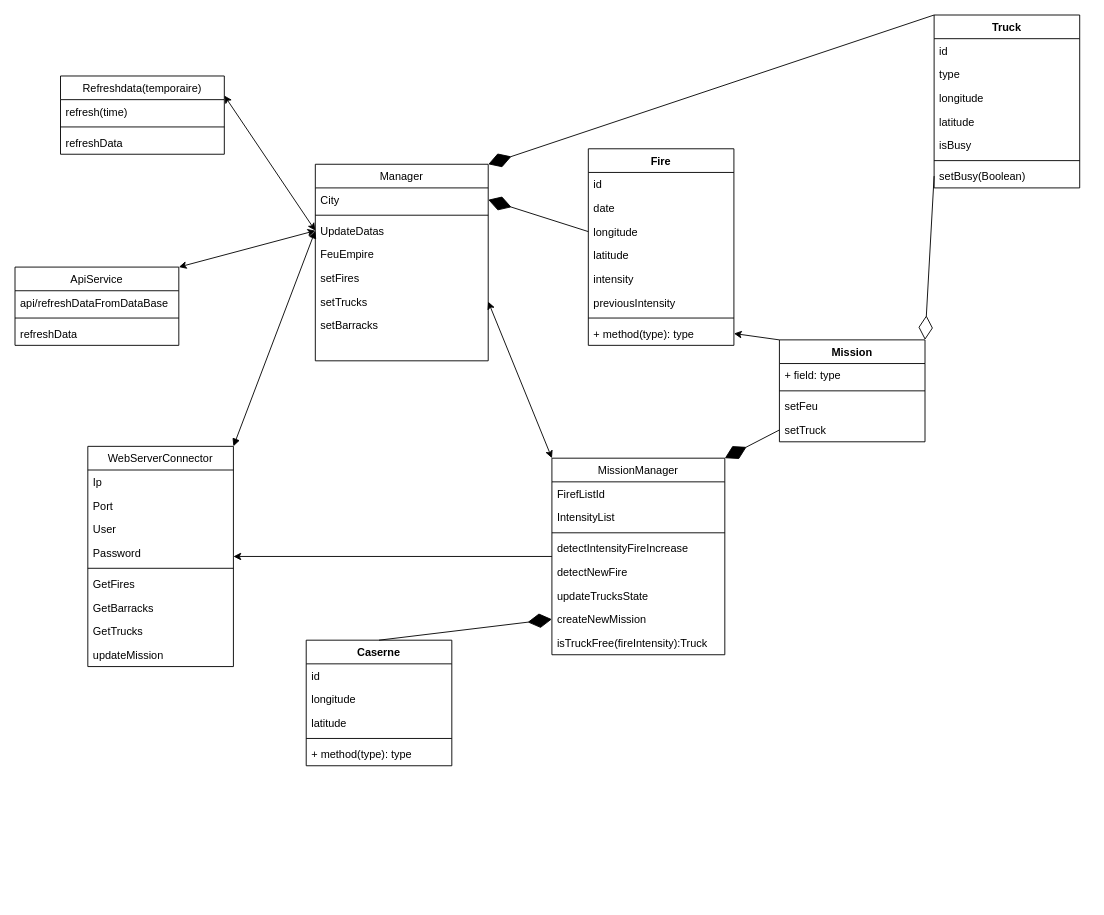
Above: UML/Diagramme de classe Emergency manager.drawio in Emile-Bergin/S7-ProjetScientifique (draw.io), before the change. Source tidied: cells renumbered, new cells numbered last; positions are measured from the earlier drawing's top-left corner, leaving out a move shared by most shapes. Both pictures are drawn from the tidied source at 91%, with x=0, y=0 at pixel (15, 15).
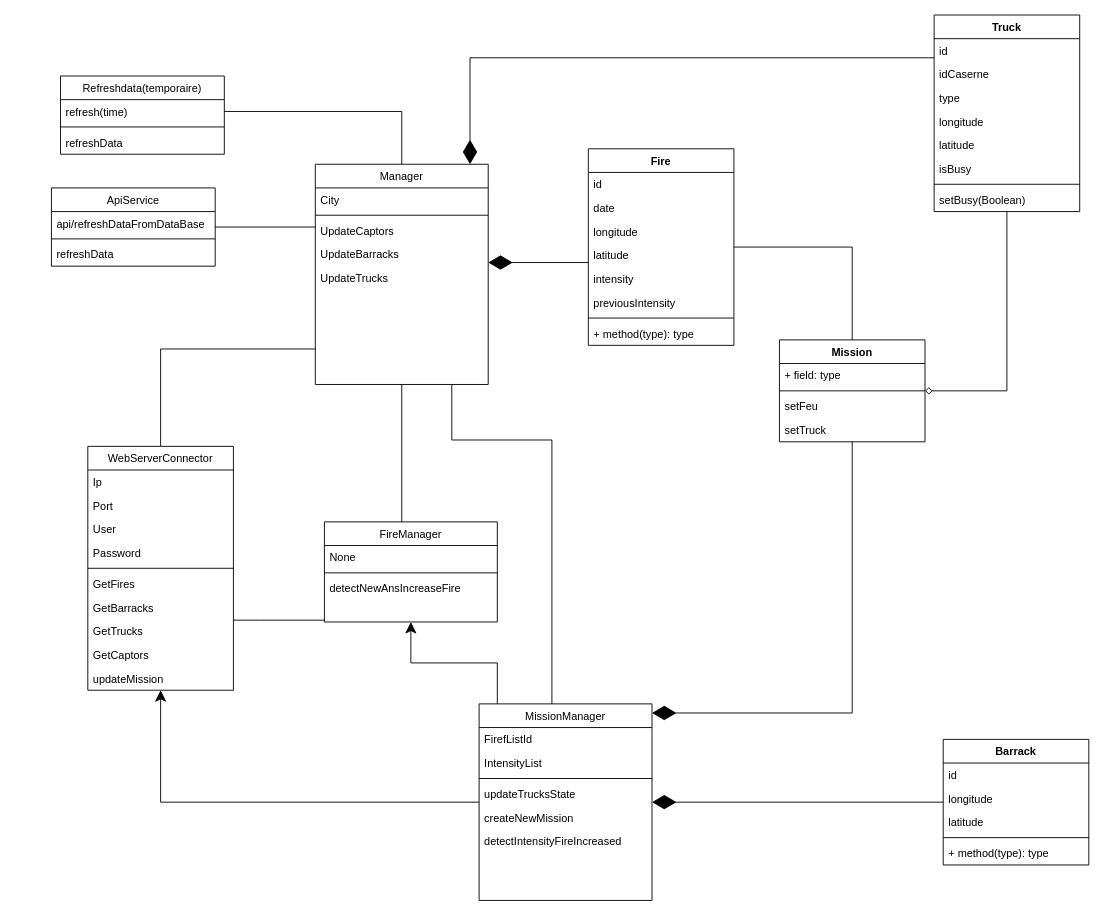
The same page after the edit.

Unchanged cells that the change refers to:
```xml
<mxCell id="17" value="City" style="text;align=left;verticalAlign=top;spacingLeft=4;spacingRight=4;overflow=hidden;points=[[0,0.5],[1,0.5]];portConstraint=eastwest;" parent="16" vertex="1">
  <mxGeometry y="26" width="190" height="26" as="geometry" />
</mxCell>
<mxCell id="32" value="Fire" style="swimlane;fontStyle=1;align=center;verticalAlign=top;horizontal=1;startSize=26;" parent="1" vertex="1">
  <mxGeometry x="630" y="147" width="160" height="216" as="geometry" />
</mxCell>
<mxCell id="35" value="longitude" style="text;strokeColor=none;fillColor=none;align=left;verticalAlign=top;spacingLeft=4;spacingRight=4;overflow=hidden;points=[[0,0.5],[1,0.5]];portConstraint=eastwest;" parent="32" vertex="1">
  <mxGeometry y="78" width="160" height="26" as="geometry" />
</mxCell>
<mxCell id="40" value="+ method(type): type" style="text;strokeColor=none;fillColor=none;align=left;verticalAlign=top;spacingLeft=4;spacingRight=4;overflow=hidden;points=[[0,0.5],[1,0.5]];portConstraint=eastwest;" parent="32" vertex="1">
  <mxGeometry y="190" width="160" height="26" as="geometry" />
</mxCell>
<mxCell id="49" value="Mission" style="swimlane;fontStyle=1;align=center;verticalAlign=top;horizontal=1;startSize=26;" parent="1" vertex="1">
  <mxGeometry x="840" y="357" width="160" height="112" as="geometry" />
</mxCell>
<mxCell id="53" value="setTruck" style="text;strokeColor=none;fillColor=none;align=left;verticalAlign=top;spacingLeft=4;spacingRight=4;overflow=hidden;points=[[0,0.5],[1,0.5]];portConstraint=eastwest;" parent="49" vertex="1">
  <mxGeometry y="86" width="160" height="26" as="geometry" />
</mxCell>
<mxCell id="57" value="Refreshdata(temporaire)" style="swimlane;fontStyle=0;align=center;verticalAlign=top;horizontal=1;startSize=26;rounded=0;shadow=0;strokeWidth=1;" parent="1" vertex="1">
  <mxGeometry x="50" y="67" width="180" height="86" as="geometry" />
</mxCell>
<mxCell id="58" value="refresh(time)" style="text;align=left;verticalAlign=top;spacingLeft=4;spacingRight=4;overflow=hidden;points=[[0,0.5],[1,0.5]];portConstraint=eastwest;" parent="57" vertex="1">
  <mxGeometry y="26" width="180" height="26" as="geometry" />
</mxCell>
```

Diff of the diagram source:
```diff
@@
+    <mxCell id="76" style="edgeStyle=orthogonalEdgeStyle;rounded=0;jettySize=auto;html=1;shadow=0;startArrow=none;startFill=0;endArrow=none;endFill=0;" parent="1" edge="1" source="2" target="16">
+      <mxGeometry relative="1" as="geometry">
+        <Array as="points">
+          <mxPoint x="160" y="367" />
+        </Array>
+      </mxGeometry>
+    </mxCell>
     <mxCell id="2" value="WebServerConnector" style="swimlane;fontStyle=0;align=center;verticalAlign=top;horizontal=1;startSize=26;rounded=0;shadow=0;strokeWidth=1;" parent="1" vertex="1">
-      <mxGeometry x="80" y="474" width="160" height="242" as="geometry" />
+      <mxGeometry x="80" y="474" width="160" height="268" as="geometry" />
     </mxCell>
@@
+    <mxCell id="77" value="GetCaptors" style="text;align=left;verticalAlign=top;spacingLeft=4;spacingRight=4;overflow=hidden;" parent="2" vertex="1">
+      <mxGeometry y="216" width="160" height="26" as="geometry" />
+    </mxCell>
     <mxCell id="11" value="updateMission" style="text;align=left;verticalAlign=top;spacingLeft=4;spacingRight=4;overflow=hidden;" parent="2" vertex="1">
-      <mxGeometry y="216" width="160" height="26" as="geometry" />
+      <mxGeometry y="242" width="160" height="26" as="geometry" />
     </mxCell>
+    <mxCell id="78" style="edgeStyle=orthogonalEdgeStyle;rounded=0;jettySize=auto;html=1;shadow=0;startArrow=none;startFill=0;endArrow=none;endFill=0;" parent="1" edge="1" source="12" target="16">
+      <mxGeometry relative="1" as="geometry">
+        <Array as="points">
+          <mxPoint x="300" y="233" />
+          <mxPoint x="300" y="233" />
+        </Array>
+      </mxGeometry>
+    </mxCell>
     <mxCell id="12" value="ApiService" style="swimlane;fontStyle=0;align=center;verticalAlign=top;horizontal=1;startSize=26;rounded=0;shadow=0;strokeWidth=1;" parent="1" vertex="1">
-      <mxGeometry y="277" width="180" height="86" as="geometry" />
+      <mxGeometry x="40" y="190" width="180" height="86" as="geometry" />
     </mxCell>
@@
     <mxCell id="16" value="Manager" style="swimlane;fontStyle=0;align=center;verticalAlign=top;horizontal=1;startSize=26;rounded=0;shadow=0;strokeWidth=1;" parent="1" vertex="1">
-      <mxGeometry x="330" y="164" width="190" height="216" as="geometry" />
+      <mxGeometry x="330" y="164" width="190" height="242" as="geometry" />
     </mxCell>
@@
-    <mxCell id="19" value="UpdateDatas" style="text;align=left;verticalAlign=top;spacingLeft=4;spacingRight=4;overflow=hidden;points=[[0,0.5],[1,0.5]];portConstraint=eastwest;" parent="16" vertex="1">
+    <mxCell id="19" value="UpdateCaptors" style="text;align=left;verticalAlign=top;spacingLeft=4;spacingRight=4;overflow=hidden;points=[[0,0.5],[1,0.5]];portConstraint=eastwest;" parent="16" vertex="1">
       <mxGeometry y="60" width="190" height="26" as="geometry" />
     </mxCell>
-    <mxCell id="20" value="FeuEmpire" style="text;align=left;verticalAlign=top;spacingLeft=4;spacingRight=4;overflow=hidden;" parent="16" vertex="1">
-      <mxGeometry y="86" width="190" height="26" as="geometry" />
-    </mxCell>
-    <mxCell id="21" value="setFires" style="text;align=left;verticalAlign=top;spacingLeft=4;spacingRight=4;overflow=hidden;" parent="16" vertex="1">
-      <mxGeometry y="112" width="190" height="26" as="geometry" />
-    </mxCell>
-    <mxCell id="22" value="setTrucks" style="text;align=left;verticalAlign=top;spacingLeft=4;spacingRight=4;overflow=hidden;" parent="16" vertex="1">
-      <mxGeometry y="138" width="190" height="26" as="geometry" />
-    </mxCell>
-    <mxCell id="23" value="setBarracks" style="text;align=left;verticalAlign=top;spacingLeft=4;spacingRight=4;overflow=hidden;" parent="16" vertex="1">
-      <mxGeometry y="164" width="190" height="26" as="geometry" />
-    </mxCell>
+    <mxCell id="79" value="UpdateBarracks" style="text;align=left;verticalAlign=top;spacingLeft=4;spacingRight=4;overflow=hidden;" parent="16" vertex="1">
+      <mxGeometry y="86" width="190" height="26" as="geometry" />
+    </mxCell>
+    <mxCell id="80" value="UpdateTrucks" style="text;align=left;verticalAlign=top;spacingLeft=4;spacingRight=4;overflow=hidden;" parent="16" vertex="1">
+      <mxGeometry y="112" width="190" height="26" as="geometry" />
+    </mxCell>
+    <mxCell id="42" style="edgeStyle=orthogonalEdgeStyle;rounded=0;jettySize=auto;html=1;shadow=0;startArrow=none;startFill=0;endArrow=diamondThin;endFill=1;endSize=24;" parent="1" edge="1" source="24" target="16">
+      <mxGeometry relative="1" as="geometry">
+        <Array as="points">
+          <mxPoint x="500" y="47" />
+        </Array>
+      </mxGeometry>
+    </mxCell>
     <mxCell id="24" value="Truck" style="swimlane;fontStyle=1;align=center;verticalAlign=top;horizontal=1;startSize=26;" parent="1" vertex="1">
-      <mxGeometry x="1010" width="160" height="190" as="geometry" />
+      <mxGeometry x="1010" width="160" height="216" as="geometry" />
     </mxCell>
@@
+    <mxCell id="81" value="idCaserne" style="text;strokeColor=none;fillColor=none;align=left;verticalAlign=top;spacingLeft=4;spacingRight=4;overflow=hidden;" parent="24" vertex="1">
+      <mxGeometry y="52" width="160" height="26" as="geometry" />
+    </mxCell>
     <mxCell id="26" value="type" style="text;strokeColor=none;fillColor=none;align=left;verticalAlign=top;spacingLeft=4;spacingRight=4;overflow=hidden;" parent="24" vertex="1">
-      <mxGeometry y="52" width="160" height="26" as="geometry" />
+      <mxGeometry y="78" width="160" height="26" as="geometry" />
     </mxCell>
     <mxCell id="27" value="longitude" style="text;strokeColor=none;fillColor=none;align=left;verticalAlign=top;spacingLeft=4;spacingRight=4;overflow=hidden;" parent="24" vertex="1">
-      <mxGeometry y="78" width="160" height="26" as="geometry" />
+      <mxGeometry y="104" width="160" height="26" as="geometry" />
     </mxCell>
     <mxCell id="28" value="latitude" style="text;strokeColor=none;fillColor=none;align=left;verticalAlign=top;spacingLeft=4;spacingRight=4;overflow=hidden;" parent="24" vertex="1">
-      <mxGeometry y="104" width="160" height="26" as="geometry" />
+      <mxGeometry y="130" width="160" height="26" as="geometry" />
     </mxCell>
     <mxCell id="29" value="isBusy" style="text;strokeColor=none;fillColor=none;align=left;verticalAlign=top;spacingLeft=4;spacingRight=4;overflow=hidden;" parent="24" vertex="1">
-      <mxGeometry y="130" width="160" height="26" as="geometry" />
+      <mxGeometry y="156" width="160" height="26" as="geometry" />
     </mxCell>
     <mxCell id="30" style="line;strokeWidth=1;fillColor=none;align=left;verticalAlign=middle;spacingTop=-1;spacingLeft=3;spacingRight=3;labelPosition=right;" parent="24" vertex="1">
-      <mxGeometry y="156" width="160" height="8" as="geometry" />
+      <mxGeometry y="182" width="160" height="8" as="geometry" />
     </mxCell>
     <mxCell id="31" value="setBusy(Boolean)" style="text;strokeColor=none;fillColor=none;align=left;verticalAlign=top;spacingLeft=4;spacingRight=4;overflow=hidden;points=[[0,0.5],[1,0.5]];portConstraint=eastwest;" parent="24" vertex="1">
-      <mxGeometry y="164" width="160" height="26" as="geometry" />
+      <mxGeometry y="190" width="160" height="26" as="geometry" />
     </mxCell>
+    <mxCell id="82" style="edgeStyle=orthogonalEdgeStyle;rounded=0;jettySize=auto;html=1;shadow=0;startArrow=none;startFill=0;endArrow=diamondThin;endFill=1;endSize=24;" parent="1" edge="1" source="32" target="16">
+      <mxGeometry relative="1" as="geometry">
+        <Array as="points">
+          <mxPoint x="600" y="272" />
+          <mxPoint x="600" y="272" />
+        </Array>
+      </mxGeometry>
+    </mxCell>
@@
-    <mxCell id="41" style="endArrow=diamondThin;endFill=1;endSize=24;html=1;entryX=1;entryY=0.5;entryDx=0;entryDy=0;exitX=0;exitY=0.5;exitDx=0;exitDy=0;" parent="1" edge="1" source="35" target="17">
-      <mxGeometry relative="1" as="geometry" />
-    </mxCell>
-    <mxCell id="42" style="endArrow=diamondThin;endFill=1;endSize=24;html=1;exitX=0;exitY=0;exitDx=0;exitDy=0;entryX=1;entryY=0;entryDx=0;entryDy=0;" parent="1" edge="1" source="24" target="16">
-      <mxGeometry relative="1" as="geometry" />
-    </mxCell>
-    <mxCell id="43" value="Caserne" style="swimlane;fontStyle=1;align=center;verticalAlign=top;horizontal=1;startSize=26;" parent="1" vertex="1">
-      <mxGeometry x="320" y="687" width="160" height="138" as="geometry" />
+    <mxCell id="43" value="Barrack" style="swimlane;fontStyle=1;align=center;verticalAlign=top;horizontal=1;startSize=26;" parent="1" vertex="1">
+      <mxGeometry x="1020" y="796" width="160" height="138" as="geometry" />
     </mxCell>
@@
+    <mxCell id="83" style="edgeStyle=orthogonalEdgeStyle;rounded=0;jettySize=auto;html=1;shadow=0;startArrow=none;startFill=0;endArrow=none;endFill=0;" parent="1" edge="1" source="49" target="32">
+      <mxGeometry relative="1" as="geometry">
+        <Array as="points">
+          <mxPoint x="920" y="255" />
+        </Array>
+      </mxGeometry>
+    </mxCell>
+    <mxCell id="84" style="edgeStyle=orthogonalEdgeStyle;rounded=0;jettySize=auto;html=1;shadow=0;startArrow=diamond;startFill=0;endArrow=none;endFill=0;" parent="1" edge="1" source="49" target="24">
+      <mxGeometry relative="1" as="geometry" />
+    </mxCell>
@@
-    <mxCell id="54" style="endArrow=diamondThin;endFill=1;endSize=24;html=1;exitX=0.5;exitY=0;exitDx=0;exitDy=0;entryX=0;entryY=0.5;entryDx=0;entryDy=0;" parent="1" edge="1" source="43" target="70">
-      <mxGeometry relative="1" as="geometry" />
-    </mxCell>
-    <mxCell id="55" style="endArrow=diamondThin;endFill=1;endSize=24;html=1;exitX=0;exitY=0.5;exitDx=0;exitDy=0;entryX=1;entryY=0;entryDx=0;entryDy=0;" parent="1" edge="1" source="53" target="63">
-      <mxGeometry relative="1" as="geometry" />
-    </mxCell>
-    <mxCell id="56" style="endArrow=classic;startArrow=classic;html=1;entryX=0;entryY=0.5;entryDx=0;entryDy=0;exitX=1;exitY=0;exitDx=0;exitDy=0;" parent="1" edge="1" source="12" target="19">
-      <mxGeometry relative="1" as="geometry" />
-    </mxCell>
@@
-    <mxCell id="61" style="endArrow=classic;startArrow=classic;html=1;exitX=1;exitY=0.25;exitDx=0;exitDy=0;entryX=0;entryY=0.5;entryDx=0;entryDy=0;" parent="1" edge="1" source="57" target="19">
-      <mxGeometry relative="1" as="geometry" />
-    </mxCell>
-    <mxCell id="62" style="edgeStyle=orthogonalEdgeStyle;rounded=0;jettySize=auto;html=1;" parent="1" edge="1" source="63" target="2">
+    <mxCell id="62" style="edgeStyle=orthogonalEdgeStyle;rounded=0;jettySize=auto;html=1;endSize=10;" parent="1" edge="1" source="63" target="2">
       <mxGeometry relative="1" as="geometry" />
     </mxCell>
+    <mxCell id="85" style="edgeStyle=orthogonalEdgeStyle;rounded=0;jettySize=auto;html=1;shadow=0;startArrow=none;startFill=0;endArrow=none;endFill=0;" parent="1" edge="1" source="63" target="16">
+      <mxGeometry relative="1" as="geometry">
+        <Array as="points">
+          <mxPoint x="590" y="467" />
+          <mxPoint x="480" y="467" />
+        </Array>
+      </mxGeometry>
+    </mxCell>
+    <mxCell id="86" style="edgeStyle=orthogonalEdgeStyle;rounded=0;jettySize=auto;html=1;shadow=0;startArrow=diamondThin;startFill=1;endArrow=none;endFill=0;endSize=24;startSize=24;" parent="1" edge="1" source="63" target="49">
+      <mxGeometry relative="1" as="geometry">
+        <Array as="points">
+          <mxPoint x="920" y="767" />
+        </Array>
+      </mxGeometry>
+    </mxCell>
     <mxCell id="63" value="MissionManager" style="swimlane;fontStyle=0;align=center;verticalAlign=top;horizontal=1;startSize=26;rounded=0;shadow=0;strokeWidth=1;" parent="1" vertex="1">
-      <mxGeometry x="590" y="487" width="190" height="216" as="geometry" />
+      <mxGeometry x="510" y="757" width="190" height="216" as="geometry" />
     </mxCell>
@@
-    <mxCell id="67" value="detectIntensityFireIncrease" style="text;align=left;verticalAlign=top;spacingLeft=4;spacingRight=4;overflow=hidden;" parent="63" vertex="1">
-      <mxGeometry y="86" width="190" height="26" as="geometry" />
-    </mxCell>
-    <mxCell id="68" value="detectNewFire" style="text;align=left;verticalAlign=top;spacingLeft=4;spacingRight=4;overflow=hidden;" parent="63" vertex="1">
-      <mxGeometry y="112" width="190" height="26" as="geometry" />
-    </mxCell>
     <mxCell id="69" value="updateTrucksState" style="text;align=left;verticalAlign=top;spacingLeft=4;spacingRight=4;overflow=hidden;" parent="63" vertex="1">
-      <mxGeometry y="138" width="190" height="26" as="geometry" />
+      <mxGeometry y="86" width="190" height="26" as="geometry" />
     </mxCell>
     <mxCell id="70" value="createNewMission" style="text;align=left;verticalAlign=top;spacingLeft=4;spacingRight=4;overflow=hidden;points=[[0,0.5],[1,0.5]];portConstraint=eastwest;" parent="63" vertex="1">
-      <mxGeometry y="164" width="190" height="26" as="geometry" />
+      <mxGeometry y="112" width="190" height="26" as="geometry" />
     </mxCell>
-    <mxCell id="71" value="isTruckFree(fireIntensity):Truck" style="text;align=left;verticalAlign=top;spacingLeft=4;spacingRight=4;overflow=hidden;" parent="63" vertex="1">
-      <mxGeometry y="190" width="190" height="26" as="geometry" />
+    <mxCell id="71" value="detectIntensityFireIncreased" style="text;align=left;verticalAlign=top;spacingLeft=4;spacingRight=4;overflow=hidden;" parent="63" vertex="1">
+      <mxGeometry y="138" width="190" height="26" as="geometry" />
     </mxCell>
-    <mxCell id="72" style="endArrow=classic;html=1;exitX=0;exitY=0;exitDx=0;exitDy=0;entryX=1;entryY=0.5;entryDx=0;entryDy=0;" parent="1" edge="1" source="49" target="40">
-      <mxGeometry relative="1" as="geometry" />
-    </mxCell>
-    <mxCell id="73" style="endArrow=diamondThin;endFill=0;endSize=24;html=1;entryX=1;entryY=0;entryDx=0;entryDy=0;exitX=0;exitY=0.5;exitDx=0;exitDy=0;" parent="1" edge="1" source="31" target="49">
-      <mxGeometry relative="1" as="geometry" />
-    </mxCell>
-    <mxCell id="74" style="endArrow=classic;startArrow=classic;html=1;exitX=0;exitY=0;exitDx=0;exitDy=0;entryX=1;entryY=0.5;entryDx=0;entryDy=0;" parent="1" edge="1" source="63">
-      <mxGeometry relative="1" as="geometry">
-        <mxPoint x="520" y="315" as="targetPoint" />
-      </mxGeometry>
-    </mxCell>
-    <mxCell id="75" style="endArrow=block;startArrow=block;endFill=1;startFill=1;html=1;entryX=0;entryY=0.5;entryDx=0;entryDy=0;exitX=1;exitY=0;exitDx=0;exitDy=0;" parent="1" edge="1" source="2" target="19">
-      <mxGeometry relative="1" as="geometry" />
-    </mxCell>
+    <mxCell id="87" style="edgeStyle=orthogonalEdgeStyle;rounded=0;jettySize=auto;html=1;shadow=0;startArrow=none;startFill=0;endArrow=none;endFill=0;" parent="1" edge="1" source="90" target="2">
+      <mxGeometry relative="1" as="geometry">
+        <Array as="points">
+          <mxPoint x="270" y="665" />
+          <mxPoint x="270" y="665" />
+        </Array>
+      </mxGeometry>
+    </mxCell>
+    <mxCell id="88" style="edgeStyle=orthogonalEdgeStyle;rounded=0;jettySize=auto;html=1;shadow=0;startArrow=none;startFill=0;endArrow=none;endFill=0;" parent="1" edge="1" source="90" target="16">
+      <mxGeometry relative="1" as="geometry">
+        <Array as="points">
+          <mxPoint x="425" y="507" />
+          <mxPoint x="425" y="507" />
+        </Array>
+      </mxGeometry>
+    </mxCell>
+    <mxCell id="89" style="edgeStyle=orthogonalEdgeStyle;rounded=0;jettySize=auto;html=1;shadow=0;startArrow=classic;startFill=1;startSize=10;endArrow=none;endFill=0;endSize=10;" parent="1" edge="1" source="90" target="63">
+      <mxGeometry relative="1" as="geometry">
+        <Array as="points">
+          <mxPoint x="435" y="712" />
+          <mxPoint x="530" y="712" />
+        </Array>
+      </mxGeometry>
+    </mxCell>
+    <mxCell id="90" value="FireManager" style="swimlane;fontStyle=0;align=center;verticalAlign=top;horizontal=1;startSize=26;rounded=0;shadow=0;strokeWidth=1;" parent="1" vertex="1">
+      <mxGeometry x="340" y="557" width="190" height="110" as="geometry" />
+    </mxCell>
+    <mxCell id="91" value="None" style="text;align=left;verticalAlign=top;spacingLeft=4;spacingRight=4;overflow=hidden;" parent="90" vertex="1">
+      <mxGeometry y="26" width="190" height="26" as="geometry" />
+    </mxCell>
+    <mxCell id="92" style="line;html=1;strokeWidth=1;align=left;verticalAlign=middle;spacingTop=-1;spacingLeft=3;spacingRight=3;labelPosition=right;" parent="90" vertex="1">
+      <mxGeometry y="52" width="190" height="8" as="geometry" />
+    </mxCell>
+    <mxCell id="93" value="detectNewAnsIncreaseFire" style="text;align=left;verticalAlign=top;spacingLeft=4;spacingRight=4;overflow=hidden;" parent="90" vertex="1">
+      <mxGeometry y="60" width="190" height="26" as="geometry" />
+    </mxCell>
+    <mxCell id="94" style="edgeStyle=orthogonalEdgeStyle;rounded=0;jettySize=auto;html=1;shadow=0;startArrow=none;startFill=0;endArrow=none;endFill=0;" parent="1" edge="1" source="58" target="16">
+      <mxGeometry relative="1" as="geometry" />
+    </mxCell>
+    <mxCell id="95" style="edgeStyle=orthogonalEdgeStyle;rounded=0;jettySize=auto;html=1;shadow=0;startArrow=diamondThin;startFill=1;endArrow=none;endFill=0;endSize=24;startSize=24;" parent="1" edge="1" source="63" target="43">
+      <mxGeometry relative="1" as="geometry" />
+    </mxCell>
```
